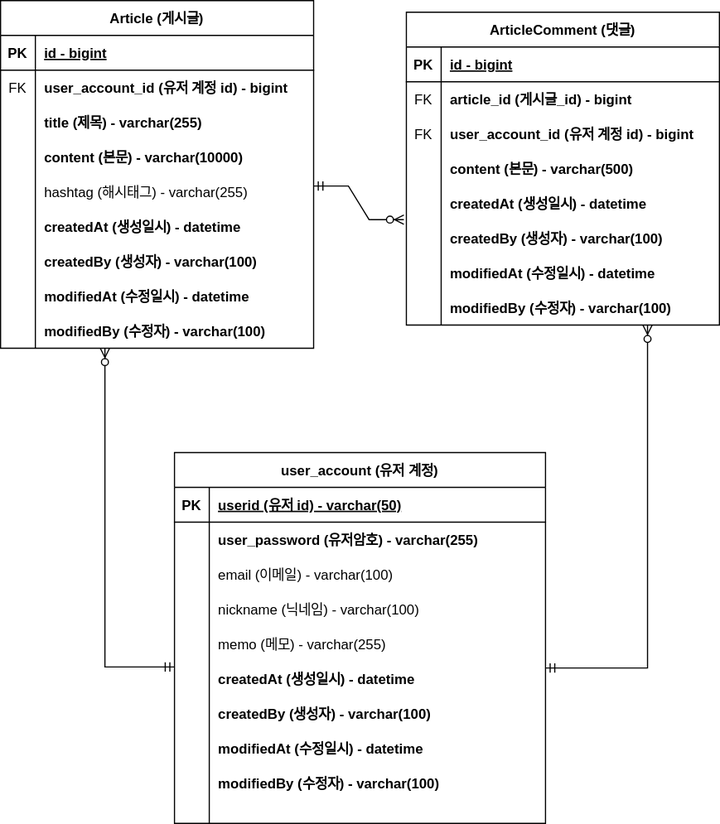
The draw.io diagram document/board-service-erd.svg in yunh0/board-service, before a commit. Source tidied: cells renumbered, new cells last; positions are measured from the earlier drawing's top-left corner, leaving out a move shared by most shapes.
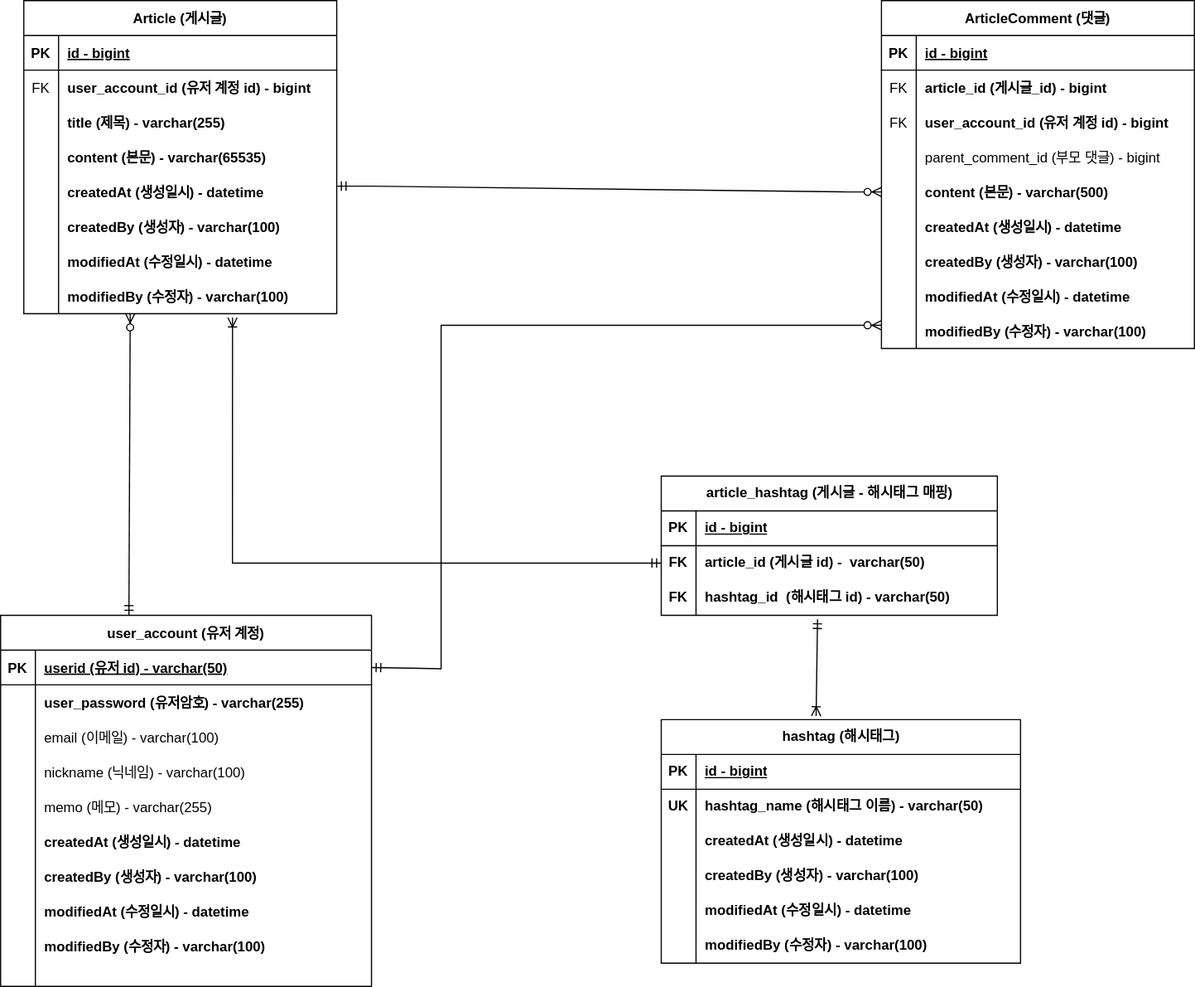
After the commit.

Commit message:
#53 - ERD 업데이트 : 대댓글, 해시태그

Change to the diagram source:
```diff
@@ -3,7 +3,7 @@
     <mxCell id="0" />
     <mxCell id="1" parent="0" />
     <mxCell id="2" value="ArticleComment (댓글)" style="shape=table;startSize=30;rowLines=0;fontStyle=1;align=center;" parent="1" vertex="1">
-      <mxGeometry x="350" y="10" width="270" height="270" as="geometry" />
+      <mxGeometry x="740" width="270" height="300" as="geometry" />
     </mxCell>
     <mxCell id="3" style="shape=partialRectangle;fillColor=none;top=0;left=0;right=0;bottom=1;" parent="2" vertex="1">
       <mxGeometry y="30" width="270" height="30" as="geometry" />
@@ -32,8 +32,17 @@
     <mxCell id="11" value="user_account_id (유저 계정 id) - bigint" style="shape=partialRectangle;overflow=hidden;fillColor=none;top=0;left=0;bottom=0;right=0;align=left;spacingLeft=6;fontStyle=1;" parent="9" vertex="1">
       <mxGeometry x="30" width="240" height="30" as="geometry" />
     </mxCell>
+    <mxCell id="89" style="shape=partialRectangle;fillColor=none;top=0;left=0;right=0;bottom=0;" parent="2" vertex="1">
+      <mxGeometry y="120" width="270" height="30" as="geometry" />
+    </mxCell>
+    <mxCell id="53" style="shape=partialRectangle;overflow=hidden;fillColor=none;top=0;left=0;bottom=0;right=0;" parent="89" vertex="1">
+      <mxGeometry width="30" height="30" as="geometry" />
+    </mxCell>
+    <mxCell id="90" value="parent_comment_id (부모 댓글) - bigint" style="shape=partialRectangle;overflow=hidden;fillColor=none;top=0;left=0;bottom=0;right=0;align=left;spacingLeft=6;fontStyle=0;" parent="89" vertex="1">
+      <mxGeometry x="30" width="240" height="30" as="geometry" />
+    </mxCell>
     <mxCell id="12" style="shape=partialRectangle;fillColor=none;points=[[0,0.5],[1,0.5]];portConstraint=eastwest;top=0;left=0;right=0;bottom=0;" parent="2" vertex="1">
-      <mxGeometry y="120" width="270" height="30" as="geometry" />
+      <mxGeometry y="150" width="270" height="30" as="geometry" />
     </mxCell>
     <mxCell id="13" style="shape=partialRectangle;overflow=hidden;fillColor=none;top=0;left=0;bottom=0;right=0;" parent="12" vertex="1">
       <mxGeometry width="30" height="30" as="geometry" />
@@ -42,7 +51,7 @@
       <mxGeometry x="30" width="240" height="30" as="geometry" />
     </mxCell>
     <mxCell id="15" style="shape=partialRectangle;fillColor=none;top=0;left=0;right=0;bottom=0;" parent="2" vertex="1">
-      <mxGeometry y="150" width="270" height="30" as="geometry" />
+      <mxGeometry y="180" width="270" height="30" as="geometry" />
     </mxCell>
     <mxCell id="16" style="shape=partialRectangle;overflow=hidden;fillColor=none;top=0;left=0;bottom=0;right=0;" parent="15" vertex="1">
       <mxGeometry width="30" height="30" as="geometry" />
@@ -51,7 +60,7 @@
       <mxGeometry x="30" width="240" height="30" as="geometry" />
     </mxCell>
     <mxCell id="18" style="shape=partialRectangle;fillColor=none;points=[[0,0.5],[1,0.5]];portConstraint=eastwest;top=0;left=0;right=0;bottom=0;" parent="2" vertex="1">
-      <mxGeometry y="180" width="270" height="30" as="geometry" />
+      <mxGeometry y="210" width="270" height="30" as="geometry" />
     </mxCell>
     <mxCell id="19" style="shape=partialRectangle;overflow=hidden;fillColor=none;top=0;left=0;bottom=0;right=0;" parent="18" vertex="1">
       <mxGeometry width="30" height="30" as="geometry" />
@@ -60,7 +69,7 @@
       <mxGeometry x="30" width="240" height="30" as="geometry" />
     </mxCell>
     <mxCell id="21" style="shape=partialRectangle;fillColor=none;top=0;left=0;right=0;bottom=0;" parent="2" vertex="1">
-      <mxGeometry y="210" width="270" height="30" as="geometry" />
+      <mxGeometry y="240" width="270" height="30" as="geometry" />
     </mxCell>
     <mxCell id="22" style="shape=partialRectangle;overflow=hidden;fillColor=none;top=0;left=0;bottom=0;right=0;" parent="21" vertex="1">
       <mxGeometry width="30" height="30" as="geometry" />
@@ -69,7 +78,7 @@
       <mxGeometry x="30" width="240" height="30" as="geometry" />
     </mxCell>
     <mxCell id="24" style="shape=partialRectangle;fillColor=none;points=[[0,0.5],[1,0.5]];portConstraint=eastwest;top=0;left=0;right=0;bottom=0;" parent="2" vertex="1">
-      <mxGeometry y="240" width="270" height="30" as="geometry" />
+      <mxGeometry y="270" width="270" height="30" as="geometry" />
     </mxCell>
     <mxCell id="25" style="shape=partialRectangle;overflow=hidden;fillColor=none;top=0;left=0;bottom=0;right=0;" parent="24" vertex="1">
       <mxGeometry width="30" height="30" as="geometry" />
@@ -78,7 +87,7 @@
       <mxGeometry x="30" width="240" height="30" as="geometry" />
     </mxCell>
     <mxCell id="27" value="Article (게시글)" style="shape=table;startSize=30;rowLines=0;fontStyle=1;align=center;" parent="1" vertex="1">
-      <mxGeometry width="270" height="300" as="geometry" />
+      <mxGeometry width="270" height="270" as="geometry" />
     </mxCell>
     <mxCell id="28" style="shape=partialRectangle;fillColor=none;top=0;left=0;right=0;bottom=1;" parent="27" vertex="1">
       <mxGeometry y="30" width="270" height="30" as="geometry" />
@@ -113,7 +122,7 @@
     <mxCell id="38" style="shape=partialRectangle;overflow=hidden;fillColor=none;top=0;left=0;bottom=0;right=0;" parent="37" vertex="1">
       <mxGeometry width="30" height="30" as="geometry" />
     </mxCell>
-    <mxCell id="39" value="content (본문) - varchar(10000)" style="shape=partialRectangle;overflow=hidden;fillColor=none;top=0;left=0;bottom=0;right=0;align=left;spacingLeft=6;fontStyle=1;" parent="37" vertex="1">
+    <mxCell id="39" value="content (본문) - varchar(65535)" style="shape=partialRectangle;overflow=hidden;fillColor=none;top=0;left=0;bottom=0;right=0;align=left;spacingLeft=6;fontStyle=1;" parent="37" vertex="1">
       <mxGeometry x="30" width="240" height="30" as="geometry" />
     </mxCell>
     <mxCell id="40" style="shape=partialRectangle;fillColor=none;top=0;left=0;right=0;bottom=0;" parent="27" vertex="1">
@@ -122,7 +131,7 @@
     <mxCell id="41" style="shape=partialRectangle;overflow=hidden;fillColor=none;top=0;left=0;bottom=0;right=0;" parent="40" vertex="1">
       <mxGeometry width="30" height="30" as="geometry" />
     </mxCell>
-    <mxCell id="42" value="hashtag (해시태그) - varchar(255)" style="shape=partialRectangle;overflow=hidden;fillColor=none;top=0;left=0;bottom=0;right=0;align=left;spacingLeft=6;" parent="40" vertex="1">
+    <mxCell id="42" value="createdAt (생성일시) - datetime" style="shape=partialRectangle;overflow=hidden;fillColor=none;top=0;left=0;bottom=0;right=0;align=left;spacingLeft=6;fontStyle=1;" parent="40" vertex="1">
       <mxGeometry x="30" width="240" height="30" as="geometry" />
     </mxCell>
     <mxCell id="43" style="shape=partialRectangle;fillColor=none;top=0;left=0;right=0;bottom=0;" parent="27" vertex="1">
@@ -131,7 +140,7 @@
     <mxCell id="44" style="shape=partialRectangle;overflow=hidden;fillColor=none;top=0;left=0;bottom=0;right=0;" parent="43" vertex="1">
       <mxGeometry width="30" height="30" as="geometry" />
     </mxCell>
-    <mxCell id="45" value="createdAt (생성일시) - datetime" style="shape=partialRectangle;overflow=hidden;fillColor=none;top=0;left=0;bottom=0;right=0;align=left;spacingLeft=6;fontStyle=1;" parent="43" vertex="1">
+    <mxCell id="45" value="createdBy (생성자) - varchar(100)" style="shape=partialRectangle;overflow=hidden;fillColor=none;top=0;left=0;bottom=0;right=0;align=left;spacingLeft=6;fontStyle=1;" parent="43" vertex="1">
       <mxGeometry x="30" width="240" height="30" as="geometry" />
     </mxCell>
     <mxCell id="46" style="shape=partialRectangle;fillColor=none;top=0;left=0;right=0;bottom=0;" parent="27" vertex="1">
@@ -140,7 +149,7 @@
     <mxCell id="47" style="shape=partialRectangle;overflow=hidden;fillColor=none;top=0;left=0;bottom=0;right=0;" parent="46" vertex="1">
       <mxGeometry width="30" height="30" as="geometry" />
     </mxCell>
-    <mxCell id="48" value="createdBy (생성자) - varchar(100)" style="shape=partialRectangle;overflow=hidden;fillColor=none;top=0;left=0;bottom=0;right=0;align=left;spacingLeft=6;fontStyle=1;" parent="46" vertex="1">
+    <mxCell id="48" value="modifiedAt (수정일시) - datetime" style="shape=partialRectangle;overflow=hidden;fillColor=none;top=0;left=0;bottom=0;right=0;align=left;spacingLeft=6;fontStyle=1;" parent="46" vertex="1">
       <mxGeometry x="30" width="240" height="30" as="geometry" />
     </mxCell>
     <mxCell id="49" style="shape=partialRectangle;fillColor=none;points=[[0,0.5],[1,0.5]];portConstraint=eastwest;top=0;left=0;right=0;bottom=0;" parent="27" vertex="1">
@@ -149,25 +158,19 @@
     <mxCell id="50" style="shape=partialRectangle;overflow=hidden;fillColor=none;top=0;left=0;bottom=0;right=0;" parent="49" vertex="1">
       <mxGeometry width="30" height="30" as="geometry" />
     </mxCell>
-    <mxCell id="51" value="modifiedAt (수정일시) - datetime" style="shape=partialRectangle;overflow=hidden;fillColor=none;top=0;left=0;bottom=0;right=0;align=left;spacingLeft=6;fontStyle=1;" parent="49" vertex="1">
+    <mxCell id="51" value="modifiedBy (수정자) - varchar(100)" style="shape=partialRectangle;overflow=hidden;fillColor=none;top=0;left=0;bottom=0;right=0;align=left;spacingLeft=6;fontStyle=1;" parent="49" vertex="1">
       <mxGeometry x="30" width="240" height="30" as="geometry" />
     </mxCell>
-    <mxCell id="52" style="shape=partialRectangle;fillColor=none;top=0;left=0;right=0;bottom=0;" parent="27" vertex="1">
-      <mxGeometry y="270" width="270" height="30" as="geometry" />
-    </mxCell>
-    <mxCell id="53" style="shape=partialRectangle;overflow=hidden;fillColor=none;top=0;left=0;bottom=0;right=0;" parent="52" vertex="1">
-      <mxGeometry width="30" height="30" as="geometry" />
-    </mxCell>
-    <mxCell id="54" value="modifiedBy (수정자) - varchar(100)" style="shape=partialRectangle;overflow=hidden;fillColor=none;top=0;left=0;bottom=0;right=0;align=left;spacingLeft=6;fontStyle=1;" parent="52" vertex="1">
-      <mxGeometry x="30" width="240" height="30" as="geometry" />
-    </mxCell>
-    <mxCell id="55" style="edgeStyle=entityRelationEdgeStyle;fontSize=12;html=1;endArrow=ERzeroToMany;startArrow=ERmandOne;rounded=0;entryX=-0.008;entryY=-0.033;entryDx=0;entryDy=0;entryPerimeter=0;" parent="1" edge="1" target="18">
+    <mxCell id="55" style="edgeStyle=entityRelationEdgeStyle;fontSize=12;html=1;endArrow=ERzeroToMany;startArrow=ERmandOne;rounded=0;entryX=0;entryY=0.5;entryDx=0;entryDy=0;" parent="1" edge="1" target="12">
       <mxGeometry relative="1" as="geometry">
         <mxPoint x="270" y="160" as="sourcePoint" />
+        <Array as="points">
+          <mxPoint x="730" y="140" />
+        </Array>
       </mxGeometry>
     </mxCell>
     <mxCell id="56" value="user_account (유저 계정)" style="shape=table;startSize=30;rowLines=0;fontStyle=1;align=center;" parent="1" vertex="1">
-      <mxGeometry x="150" y="390" width="320" height="320" as="geometry" />
+      <mxGeometry x="-20" y="530" width="320" height="320" as="geometry" />
     </mxCell>
     <mxCell id="57" style="shape=partialRectangle;fillColor=none;points=[[0,0.5],[1,0.5]];portConstraint=eastwest;top=0;left=0;right=0;bottom=1;" parent="56" vertex="1">
       <mxGeometry y="30" width="320" height="30" as="geometry" />
@@ -259,22 +262,113 @@
     <mxCell id="86" style="shape=partialRectangle;overflow=hidden;fillColor=none;top=0;left=0;bottom=0;right=0;align=left;spacingLeft=6;fontStyle=1;" parent="84" vertex="1">
       <mxGeometry x="30" width="290" height="20" as="geometry" />
     </mxCell>
-    <mxCell id="87" style="edgeStyle=orthogonalEdgeStyle;fontSize=12;html=1;endArrow=ERzeroToMany;startArrow=ERmandOne;rounded=0;exitX=1.007;exitY=0.198;exitDx=0;exitDy=0;exitPerimeter=0;" parent="1" edge="1" target="24">
+    <mxCell id="87" style="edgeStyle=orthogonalEdgeStyle;fontSize=12;html=1;endArrow=ERzeroToMany;startArrow=ERmandOne;rounded=0;exitX=1;exitY=0.5;exitDx=0;exitDy=0;" parent="1" edge="1" source="57" target="24">
       <mxGeometry relative="1" as="geometry">
-        <mxPoint x="470" y="575.9" as="sourcePoint" />
         <Array as="points">
-          <mxPoint x="558" y="576" />
+          <mxPoint x="360" y="576" />
+          <mxPoint x="360" y="280" />
         </Array>
       </mxGeometry>
     </mxCell>
-    <mxCell id="88" style="edgeStyle=orthogonalEdgeStyle;fontSize=12;html=1;endArrow=ERzeroToMany;startArrow=ERmandOne;rounded=0;exitX=0;exitY=0.5;exitDx=0;exitDy=0;" parent="1" edge="1">
-      <mxGeometry relative="1" as="geometry">
-        <mxPoint x="150" y="575" as="sourcePoint" />
-        <mxPoint x="90" y="300" as="targetPoint" />
-        <Array as="points">
-          <mxPoint x="90" y="575" />
-        </Array>
-      </mxGeometry>
+    <mxCell id="88" style="fontSize=12;html=1;endArrow=ERzeroToMany;startArrow=ERmandOne;rounded=0;exitX=0.346;exitY=-0.001;exitDx=0;exitDy=0;exitPerimeter=0;entryX=0.34;entryY=0.994;entryDx=0;entryDy=0;entryPerimeter=0;" parent="1" edge="1" source="56" target="49">
+      <mxGeometry relative="1" as="geometry" />
     </mxCell>
+    <mxCell id="91" value="article_hashtag (게시글 - 해시태그 매핑)" style="shape=table;startSize=30;rowLines=0;fontStyle=1;align=center;html=1;" parent="1" vertex="1">
+      <mxGeometry x="550" y="410" width="290" height="120" as="geometry" />
+    </mxCell>
+    <mxCell id="92" style="shape=tableRow;horizontal=0;startSize=0;swimlaneHead=0;swimlaneBody=0;fillColor=none;top=0;left=0;right=0;bottom=1;" parent="91" vertex="1">
+      <mxGeometry y="30" width="290" height="30" as="geometry" />
+    </mxCell>
+    <mxCell id="93" value="PK" style="shape=partialRectangle;fillColor=none;top=0;left=0;bottom=0;right=0;fontStyle=1;overflow=hidden;whiteSpace=wrap;html=1;" parent="92" vertex="1">
+      <mxGeometry width="30" height="30" as="geometry" />
+    </mxCell>
+    <mxCell id="94" value="id - bigint" style="shape=partialRectangle;fillColor=none;top=0;left=0;bottom=0;right=0;align=left;spacingLeft=6;fontStyle=5;overflow=hidden;whiteSpace=wrap;html=1;" parent="92" vertex="1">
+      <mxGeometry x="30" width="260" height="30" as="geometry" />
+    </mxCell>
+    <mxCell id="95" style="shape=tableRow;horizontal=0;startSize=0;swimlaneHead=0;swimlaneBody=0;fillColor=none;points=[[0,0.5],[1,0.5]];portConstraint=eastwest;top=0;left=0;right=0;bottom=0;" parent="91" vertex="1">
+      <mxGeometry y="60" width="290" height="30" as="geometry" />
+    </mxCell>
+    <mxCell id="96" value="&lt;b&gt;FK&lt;/b&gt;" style="shape=partialRectangle;fillColor=none;top=0;left=0;bottom=0;right=0;overflow=hidden;whiteSpace=wrap;html=1;" parent="95" vertex="1">
+      <mxGeometry width="30" height="30" as="geometry" />
+    </mxCell>
+    <mxCell id="97" value="article_id (게시글 id) -&amp;nbsp; varchar(50)" style="shape=partialRectangle;fillColor=none;top=0;left=0;bottom=0;right=0;align=left;spacingLeft=6;overflow=hidden;whiteSpace=wrap;html=1;fontStyle=1;" parent="95" vertex="1">
+      <mxGeometry x="30" width="260" height="30" as="geometry" />
+    </mxCell>
+    <mxCell id="98" style="shape=tableRow;horizontal=0;startSize=0;swimlaneHead=0;swimlaneBody=0;fillColor=none;points=[[0,0.5],[1,0.5]];portConstraint=eastwest;top=0;left=0;right=0;bottom=0;" parent="91" vertex="1">
+      <mxGeometry y="90" width="290" height="30" as="geometry" />
+    </mxCell>
+    <mxCell id="99" value="&lt;b&gt;FK&lt;/b&gt;" style="shape=partialRectangle;fillColor=none;top=0;left=0;bottom=0;right=0;overflow=hidden;whiteSpace=wrap;html=1;" parent="98" vertex="1">
+      <mxGeometry width="30" height="30" as="geometry" />
+    </mxCell>
+    <mxCell id="100" value="hashtag_id&amp;nbsp; (해시태그 id) - varchar(50)" style="shape=partialRectangle;fillColor=none;top=0;left=0;bottom=0;right=0;align=left;spacingLeft=6;overflow=hidden;whiteSpace=wrap;html=1;fontStyle=1;" parent="98" vertex="1">
+      <mxGeometry x="30" width="260" height="30" as="geometry" />
+    </mxCell>
+    <mxCell id="101" value="hashtag (해시태그)" style="shape=table;startSize=30;rowLines=0;fontStyle=1;align=center;html=1;" parent="1" vertex="1">
+      <mxGeometry x="550" y="620" width="310" height="210" as="geometry" />
+    </mxCell>
+    <mxCell id="102" style="shape=tableRow;horizontal=0;startSize=0;swimlaneHead=0;swimlaneBody=0;fillColor=none;top=0;left=0;right=0;bottom=1;" parent="101" vertex="1">
+      <mxGeometry y="30" width="310" height="30" as="geometry" />
+    </mxCell>
+    <mxCell id="103" value="PK" style="shape=partialRectangle;fillColor=none;top=0;left=0;bottom=0;right=0;fontStyle=1;overflow=hidden;whiteSpace=wrap;html=1;" parent="102" vertex="1">
+      <mxGeometry width="30" height="30" as="geometry" />
+    </mxCell>
+    <mxCell id="104" value="id - bigint" style="shape=partialRectangle;fillColor=none;top=0;left=0;bottom=0;right=0;align=left;spacingLeft=6;fontStyle=5;overflow=hidden;whiteSpace=wrap;html=1;" parent="102" vertex="1">
+      <mxGeometry x="30" width="280" height="30" as="geometry" />
+    </mxCell>
+    <mxCell id="105" style="shape=tableRow;horizontal=0;startSize=0;swimlaneHead=0;swimlaneBody=0;fillColor=none;top=0;left=0;right=0;bottom=0;" parent="101" vertex="1">
+      <mxGeometry y="60" width="310" height="30" as="geometry" />
+    </mxCell>
+    <mxCell id="106" value="&lt;b&gt;UK&lt;/b&gt;" style="shape=partialRectangle;fillColor=none;top=0;left=0;bottom=0;right=0;overflow=hidden;whiteSpace=wrap;html=1;" parent="105" vertex="1">
+      <mxGeometry width="30" height="30" as="geometry" />
+    </mxCell>
+    <mxCell id="107" value="hashtag_name (해시태그 이름) - varchar(50)" style="shape=partialRectangle;fillColor=none;top=0;left=0;bottom=0;right=0;align=left;spacingLeft=6;overflow=hidden;whiteSpace=wrap;html=1;fontStyle=1;" parent="105" vertex="1">
+      <mxGeometry x="30" width="280" height="30" as="geometry" />
+    </mxCell>
+    <mxCell id="108" style="shape=tableRow;horizontal=0;startSize=0;swimlaneHead=0;swimlaneBody=0;fillColor=none;top=0;left=0;right=0;bottom=0;" parent="101" vertex="1">
+      <mxGeometry y="90" width="310" height="30" as="geometry" />
+    </mxCell>
+    <mxCell id="109" style="shape=partialRectangle;fillColor=none;top=0;left=0;bottom=0;right=0;overflow=hidden;whiteSpace=wrap;html=1;" parent="108" vertex="1">
+      <mxGeometry width="30" height="30" as="geometry" />
+    </mxCell>
+    <mxCell id="110" value="&lt;span style=&quot;text-wrap: nowrap;&quot;&gt;createdAt (생성일시) - datetime&lt;/span&gt;" style="shape=partialRectangle;fillColor=none;top=0;left=0;bottom=0;right=0;align=left;spacingLeft=6;overflow=hidden;whiteSpace=wrap;html=1;fontStyle=1;" parent="108" vertex="1">
+      <mxGeometry x="30" width="280" height="30" as="geometry" />
+    </mxCell>
+    <mxCell id="111" style="shape=tableRow;horizontal=0;startSize=0;swimlaneHead=0;swimlaneBody=0;fillColor=none;top=0;left=0;right=0;bottom=0;" parent="101" vertex="1">
+      <mxGeometry y="120" width="310" height="30" as="geometry" />
+    </mxCell>
+    <mxCell id="112" style="shape=partialRectangle;fillColor=none;top=0;left=0;bottom=0;right=0;overflow=hidden;whiteSpace=wrap;html=1;" parent="111" vertex="1">
+      <mxGeometry width="30" height="30" as="geometry" />
+    </mxCell>
+    <mxCell id="113" value="&lt;span style=&quot;text-wrap: nowrap;&quot;&gt;createdBy (생성자) - varchar(100)&lt;/span&gt;" style="shape=partialRectangle;fillColor=none;top=0;left=0;bottom=0;right=0;align=left;spacingLeft=6;overflow=hidden;whiteSpace=wrap;html=1;fontStyle=1;" parent="111" vertex="1">
+      <mxGeometry x="30" width="280" height="30" as="geometry" />
+    </mxCell>
+    <mxCell id="114" style="shape=tableRow;horizontal=0;startSize=0;swimlaneHead=0;swimlaneBody=0;fillColor=none;top=0;left=0;right=0;bottom=0;" parent="101" vertex="1">
+      <mxGeometry y="150" width="310" height="30" as="geometry" />
+    </mxCell>
+    <mxCell id="115" style="shape=partialRectangle;fillColor=none;top=0;left=0;bottom=0;right=0;overflow=hidden;whiteSpace=wrap;html=1;" parent="114" vertex="1">
+      <mxGeometry width="30" height="30" as="geometry" />
+    </mxCell>
+    <mxCell id="116" value="&lt;span style=&quot;text-wrap: nowrap;&quot;&gt;modifiedAt (수정일시) - datetime&lt;/span&gt;" style="shape=partialRectangle;fillColor=none;top=0;left=0;bottom=0;right=0;align=left;spacingLeft=6;overflow=hidden;whiteSpace=wrap;html=1;fontStyle=1;" parent="114" vertex="1">
+      <mxGeometry x="30" width="280" height="30" as="geometry" />
+    </mxCell>
+    <mxCell id="117" style="shape=tableRow;horizontal=0;startSize=0;swimlaneHead=0;swimlaneBody=0;fillColor=none;top=0;left=0;right=0;bottom=0;" parent="101" vertex="1">
+      <mxGeometry y="180" width="310" height="30" as="geometry" />
+    </mxCell>
+    <mxCell id="118" style="shape=partialRectangle;fillColor=none;top=0;left=0;bottom=0;right=0;overflow=hidden;whiteSpace=wrap;html=1;" parent="117" vertex="1">
+      <mxGeometry width="30" height="30" as="geometry" />
+    </mxCell>
+    <mxCell id="54" value="&lt;span style=&quot;text-wrap: nowrap;&quot;&gt;modifiedBy (수정자) - varchar(100)&lt;/span&gt;" style="shape=partialRectangle;fillColor=none;top=0;left=0;bottom=0;right=0;align=left;spacingLeft=6;overflow=hidden;whiteSpace=wrap;html=1;fontStyle=1;" parent="117" vertex="1">
+      <mxGeometry x="30" width="280" height="30" as="geometry" />
+    </mxCell>
+    <mxCell id="119" style="edgeStyle=orthogonalEdgeStyle;fontSize=12;html=1;endArrow=ERoneToMany;startArrow=ERmandOne;rounded=0;exitX=0;exitY=0.5;exitDx=0;exitDy=0;entryX=0.667;entryY=1.112;entryDx=0;entryDy=0;entryPerimeter=0;" parent="1" edge="1" source="95" target="49">
+      <mxGeometry relative="1" as="geometry">
+        <Array as="points">
+          <mxPoint x="180" y="485" />
+        </Array>
+      </mxGeometry>
+    </mxCell>
+    <mxCell id="120" style="fontSize=12;html=1;endArrow=ERoneToMany;startArrow=ERmandOne;rounded=0;exitX=0.465;exitY=1.112;exitDx=0;exitDy=0;exitPerimeter=0;entryX=0.431;entryY=-0.015;entryDx=0;entryDy=0;entryPerimeter=0;" parent="1" edge="1" source="98" target="101">
+      <mxGeometry relative="1" as="geometry" />
+    </mxCell>
   </root>
 </mxGraphModel>
```
